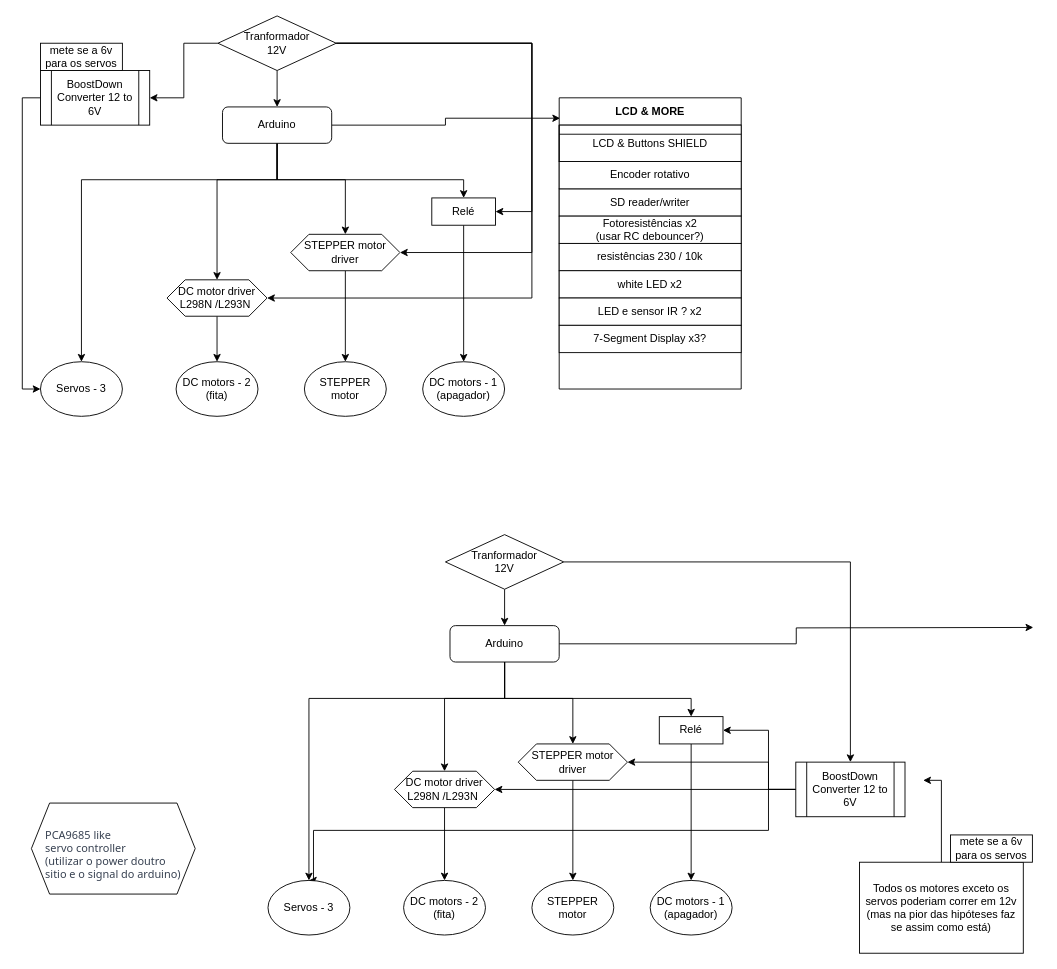
This is Diagrams/Diagrama sem nome.drawio from HackerSchool/turing, a draw.io file, before an edit. Source tidied: cells renumbered, new cells numbered last; positions are measured from the earlier drawing's top-left corner, leaving out a move shared by most shapes. Both pictures are drawn from the tidied source at 91%, with x=0, y=0 at pixel (22, 15).
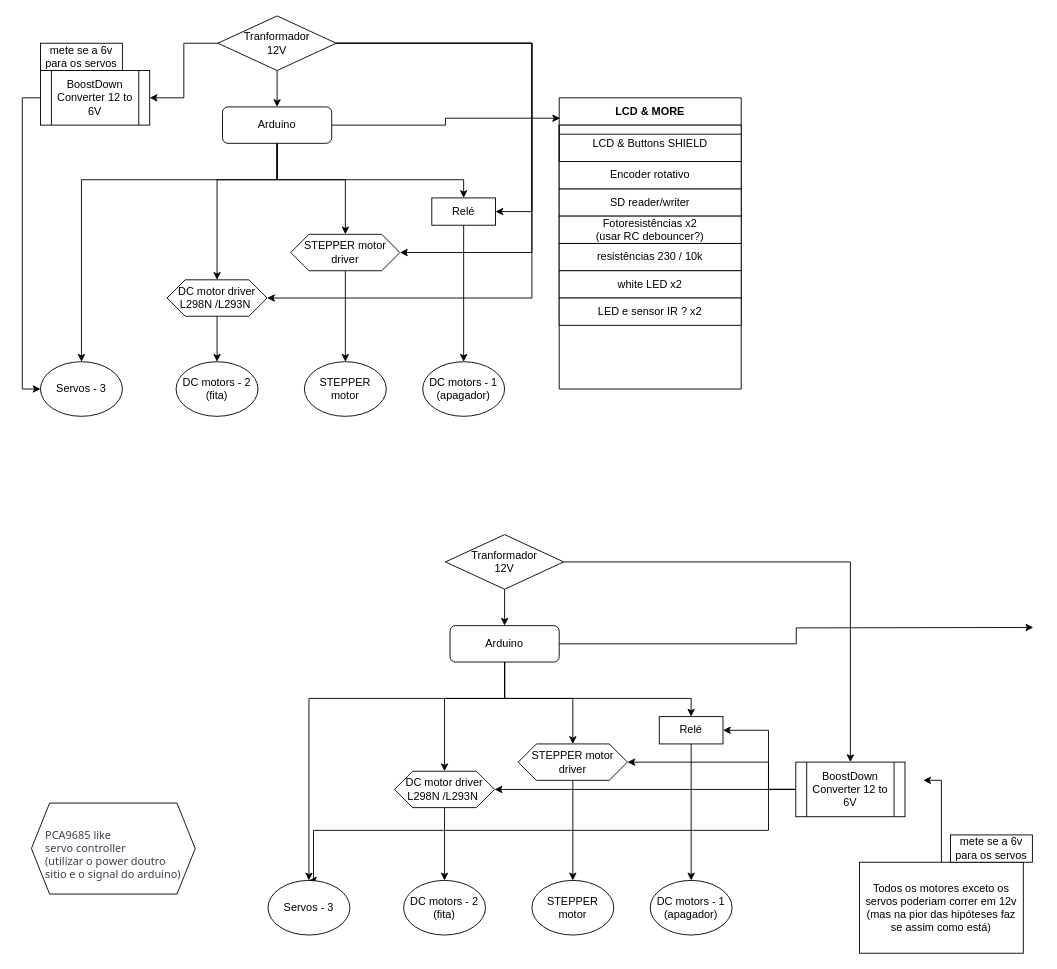
The same diagram, later.

Unchanged cells that the change refers to:
```xml
<mxCell id="23" value="LCD &amp;amp; MORE" style="swimlane;whiteSpace=wrap;html=1;startSize=30;" parent="1" vertex="1">
  <mxGeometry x="590" y="90" width="200" height="320" as="geometry" />
</mxCell>
```

The edit, as a diff of the source:
```diff
@@
-    <mxCell id="31" value="7-Segment Display x3?" style="rounded=0;whiteSpace=wrap;html=1;" parent="23" vertex="1">
-      <mxGeometry y="250" width="200" height="30" as="geometry" />
-    </mxCell>
```
